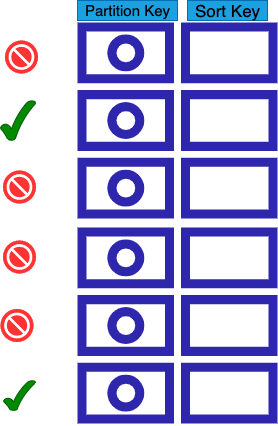
Above: finegrainedAccessforDdb.png in MechanicalRock/Multitenancy-AuthorizationAuthentication (draw.io), before the change. Source tidied: cells renumbered, new cells last; positions are measured from the earlier drawing's top-left corner, leaving out a move shared by most shapes.
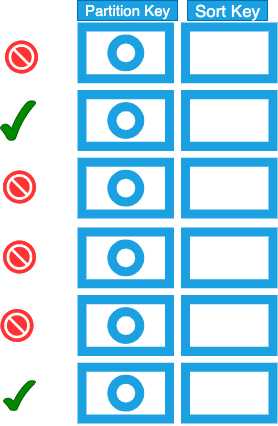
Later version of the same file.

Change to the diagram source:
```diff
@@ -2,7 +2,7 @@
   <root>
     <mxCell id="0" />
     <mxCell id="1" parent="0" />
-    <mxCell id="2" style="sketch=0;fontColor=#232F3E;gradientColor=none;fillColor=#2E27AD;strokeColor=none;dashed=0;verticalLabelPosition=bottom;verticalAlign=top;align=center;html=1;fontSize=12;fontStyle=0;shape=mxgraph.aws4.attributes;" parent="1" vertex="1">
+    <mxCell id="2" style="sketch=0;fontColor=#ffffff;fillColor=#1ba1e2;strokeColor=#006EAF;dashed=0;verticalLabelPosition=bottom;verticalAlign=top;align=center;html=1;fontSize=12;fontStyle=0;shape=mxgraph.aws4.attributes;" parent="1" vertex="1">
       <mxGeometry x="77" y="20" width="200" height="200" as="geometry" />
     </mxCell>
     <mxCell id="3" style="fillColor=#FF3333;verticalLabelPosition=bottom;sketch=0;html=1;strokeColor=#ffffff;verticalAlign=top;align=center;shape=mxgraph.cisco_safe.compositeIcon;bgIcon=ellipse;resIcon=mxgraph.cisco_safe.capability.block;" parent="1" vertex="1">
@@ -23,13 +23,13 @@
     <mxCell id="8" style="fillColor=#FF3333;verticalLabelPosition=bottom;sketch=0;html=1;strokeColor=#ffffff;verticalAlign=top;align=center;shape=mxgraph.cisco_safe.compositeIcon;bgIcon=ellipse;resIcon=mxgraph.cisco_safe.capability.block;" parent="1" vertex="1">
       <mxGeometry y="308.5" width="33" height="33" as="geometry" />
     </mxCell>
-    <mxCell id="9" value="&lt;font color=&quot;#000000&quot; style=&quot;font-size: 15px&quot;&gt;Partition Key&lt;/font&gt;" style="text;html=1;align=center;verticalAlign=middle;strokeColor=#006EAF;fillColor=#1ba1e2;fontColor=#ffffff;" parent="1" vertex="1">
+    <mxCell id="9" value="&lt;font style=&quot;font-size: 15px&quot;&gt;Partition Key&lt;/font&gt;" style="text;html=1;align=center;verticalAlign=middle;strokeColor=#006EAF;fillColor=#1ba1e2;fontColor=#ffffff;" parent="1" vertex="1">
       <mxGeometry x="77" width="100" height="20" as="geometry" />
     </mxCell>
-    <mxCell id="10" style="sketch=0;fontColor=#232F3E;gradientColor=none;fillColor=#2E27AD;strokeColor=none;dashed=0;verticalLabelPosition=bottom;verticalAlign=top;align=center;html=1;fontSize=12;fontStyle=0;shape=mxgraph.aws4.attributes;" parent="1" vertex="1">
+    <mxCell id="10" style="sketch=0;fontColor=#ffffff;fillColor=#1ba1e2;strokeColor=#006EAF;dashed=0;verticalLabelPosition=bottom;verticalAlign=top;align=center;html=1;fontSize=12;fontStyle=0;shape=mxgraph.aws4.attributes;" parent="1" vertex="1">
       <mxGeometry x="77" y="225" width="200" height="200" as="geometry" />
     </mxCell>
-    <mxCell id="11" value="&lt;font color=&quot;#000000&quot; style=&quot;font-size: 17px&quot;&gt;Sort Key&lt;/font&gt;" style="text;html=1;align=center;verticalAlign=middle;strokeColor=#006EAF;fillColor=#1ba1e2;fontColor=#ffffff;" parent="1" vertex="1">
+    <mxCell id="11" value="&lt;font style=&quot;font-size: 17px&quot;&gt;Sort Key&lt;/font&gt;" style="text;html=1;align=center;verticalAlign=middle;strokeColor=#006EAF;fillColor=#1ba1e2;fontColor=#ffffff;" parent="1" vertex="1">
       <mxGeometry x="187" width="80" height="20" as="geometry" />
     </mxCell>
   </root>
```
